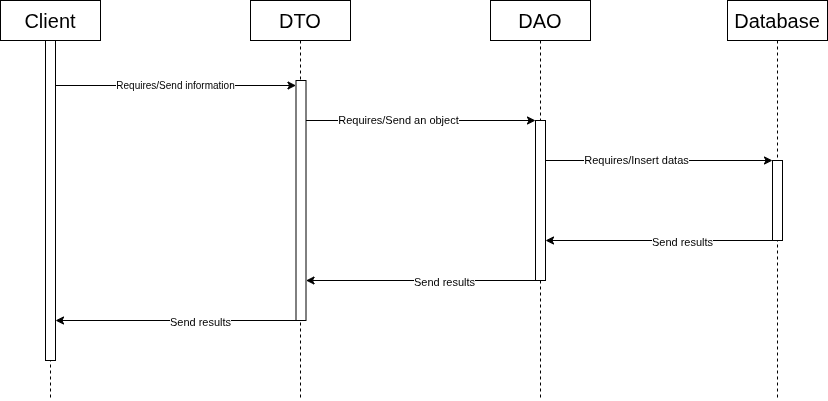
Above: doc/man/images/UML-interaction.png in ozneroL541/TheKnife (draw.io), before the change. Source tidied: cells renumbered, new cells last; positions are measured from the earlier drawing's top-left corner, leaving out a move shared by most shapes.
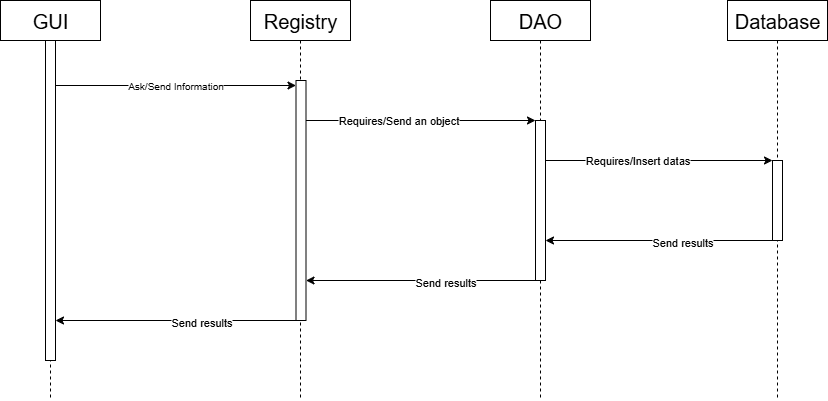
After the commit.

What changed in the source:
```diff
@@ -2,7 +2,7 @@
   <root>
     <mxCell id="0" />
     <mxCell id="1" parent="0" />
-    <mxCell id="2" value="&lt;font style=&quot;font-size: 20px;&quot;&gt;Client&lt;/font&gt;" style="shape=umlLifeline;perimeter=lifelinePerimeter;whiteSpace=wrap;html=1;newEdgeStyle={&quot;curved&quot;:0,&quot;rounded&quot;:0};" parent="1" vertex="1">
+    <mxCell id="2" value="&lt;font style=&quot;font-size: 20px;&quot;&gt;GUI&lt;/font&gt;" style="shape=umlLifeline;perimeter=lifelinePerimeter;whiteSpace=wrap;html=1;newEdgeStyle={&quot;curved&quot;:0,&quot;rounded&quot;:0};" parent="1" vertex="1">
       <mxGeometry width="100" height="400" as="geometry" />
     </mxCell>
     <mxCell id="3" style="html=1;points=[[0,0,0,0,5],[0,1,0,0,-5],[1,0,0,0,5],[1,1,0,0,-5]];perimeter=orthogonalPerimeter;outlineConnect=0;targetShapes=umlLifeline;portConstraint=eastwest;newEdgeStyle={&quot;curved&quot;:0,&quot;rounded&quot;:0};" parent="2" vertex="1">
@@ -14,13 +14,13 @@
     <mxCell id="5" style="html=1;perimeter=orthogonalPerimeter;targetShapes=umlLifeline;newEdgeStyle={&quot;curved&quot;:0,&quot;rounded&quot;:0};" parent="4" vertex="1">
       <mxGeometry x="45" y="160" width="10" height="80" as="geometry" />
     </mxCell>
-    <mxCell id="6" value="&lt;font style=&quot;font-size: 20px;&quot;&gt;DTO&lt;/font&gt;" style="shape=umlLifeline;perimeter=lifelinePerimeter;whiteSpace=wrap;html=1;newEdgeStyle={&quot;curved&quot;:0,&quot;rounded&quot;:0};" parent="1" vertex="1">
+    <mxCell id="6" value="&lt;font style=&quot;font-size: 20px;&quot;&gt;Registry&lt;/font&gt;" style="shape=umlLifeline;perimeter=lifelinePerimeter;whiteSpace=wrap;html=1;newEdgeStyle={&quot;curved&quot;:0,&quot;rounded&quot;:0};" parent="1" vertex="1">
       <mxGeometry x="250" width="100" height="400" as="geometry" />
     </mxCell>
     <mxCell id="7" style="html=1;points=[[0,0,0,0,5],[0,1,0,0,-5],[1,0,0,0,5],[1,1,0,0,-5]];perimeter=orthogonalPerimeter;outlineConnect=0;targetShapes=umlLifeline;portConstraint=eastwest;newEdgeStyle={&quot;curved&quot;:0,&quot;rounded&quot;:0};" parent="6" vertex="1">
       <mxGeometry x="45.5" y="80" width="10" height="240" as="geometry" />
     </mxCell>
-    <mxCell id="8" value="&lt;font size=&quot;1&quot;&gt;Requires/Send information&lt;/font&gt;" style="endArrow=classic;html=1;rounded=0;entryX=0;entryY=0;entryDx=0;entryDy=5;entryPerimeter=0;" parent="1" edge="1" source="3" target="7">
+    <mxCell id="8" value="&lt;font size=&quot;1&quot;&gt;Ask/Send Information&lt;/font&gt;" style="endArrow=classic;html=1;rounded=0;entryX=0;entryY=0;entryDx=0;entryDy=5;entryPerimeter=0;" parent="1" edge="1" source="3" target="7">
       <mxGeometry relative="1" as="geometry" />
     </mxCell>
     <mxCell id="9" value="&lt;font style=&quot;font-size: 20px;&quot;&gt;DAO&lt;/font&gt;" style="shape=umlLifeline;perimeter=lifelinePerimeter;whiteSpace=wrap;html=1;newEdgeStyle={&quot;curved&quot;:0,&quot;rounded&quot;:0};" parent="1" vertex="1">
```
